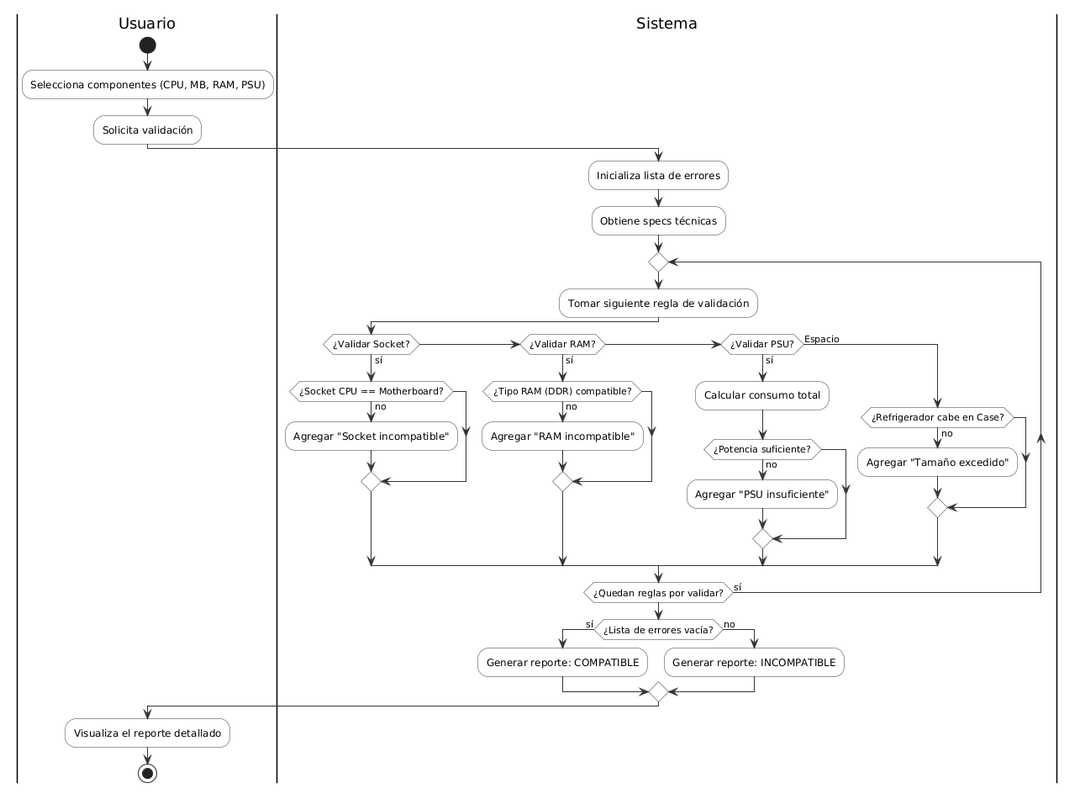
Above: docs/05-diagramas/01-diagrama-de-actividades/actividad-flujo-3-compatibilidad.png in GonzaloBarbano/E-commerce (PlantUML), before the change.
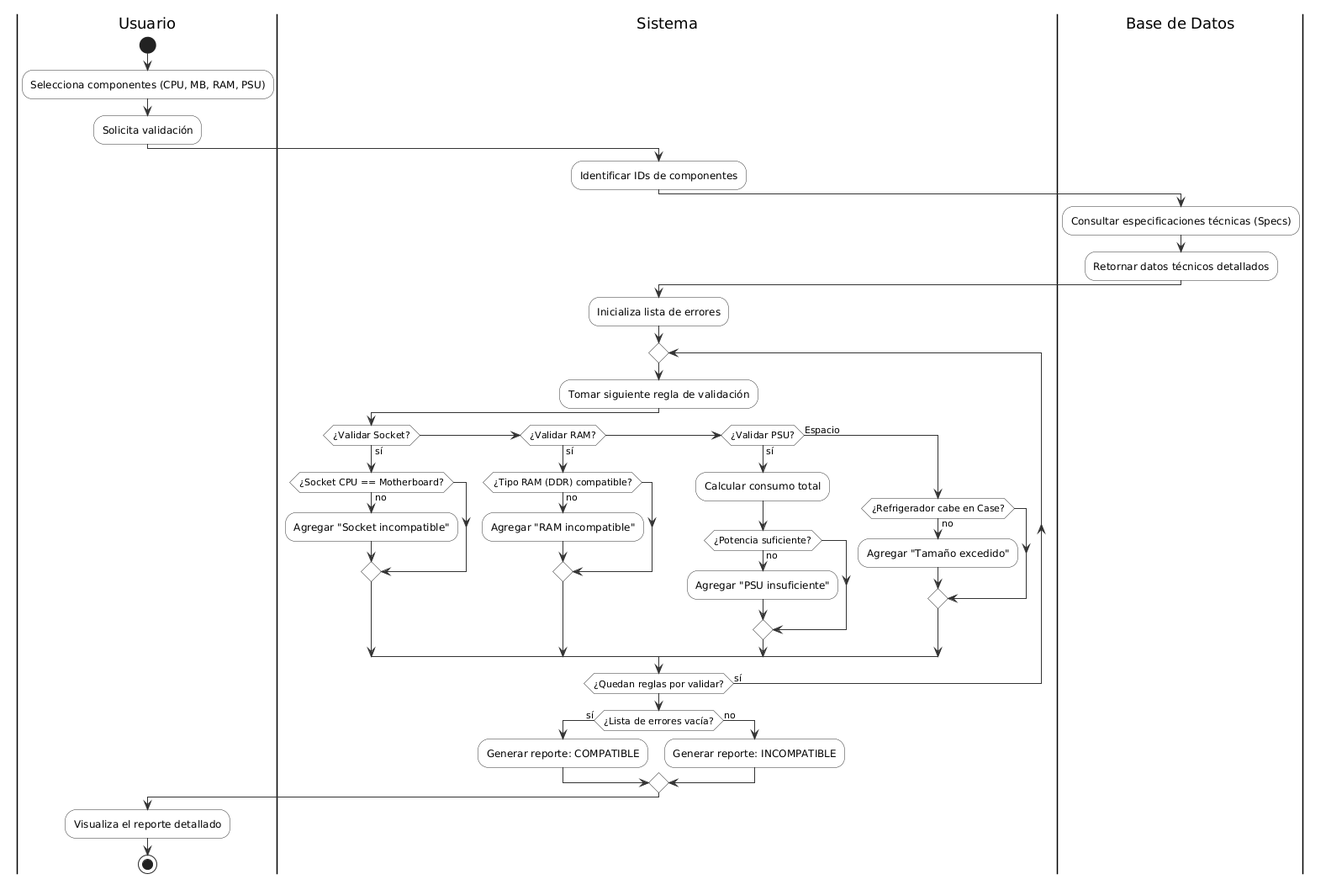
After the change.

Change to the diagram source:
```diff
@@ -9,9 +9,14 @@
 :Solicita validación;
 
 |Sistema|
+:Identificar IDs de componentes;
+
+|Base de Datos|
+:Consultar especificaciones técnicas (Specs);
+:Retornar datos técnicos detallados;
+
+|Sistema|
 :Inicializa lista de errores;
-:Obtiene specs técnicas;
-
 repeat
   :Tomar siguiente regla de validación;
   if (¿Validar Socket?) then (sí)
```
